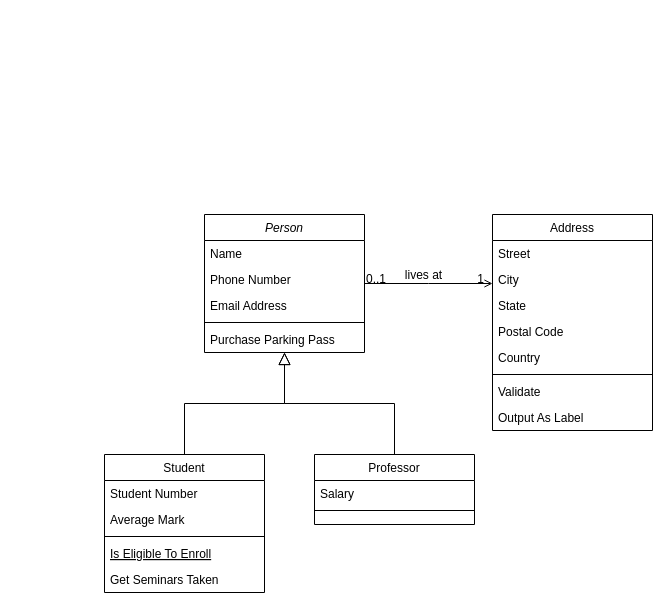
Earlier version of the draw.io diagram Untitled Diagram.drawio (istamendil/istamendil-kfu-programming-java1). Source tidied: cells renumbered, new cells numbered last; positions are measured from the earlier drawing's top-left corner, leaving out a move shared by most shapes. Both pictures are drawn from the tidied source at 100%, with x=0, y=0 at pixel (104, 214).
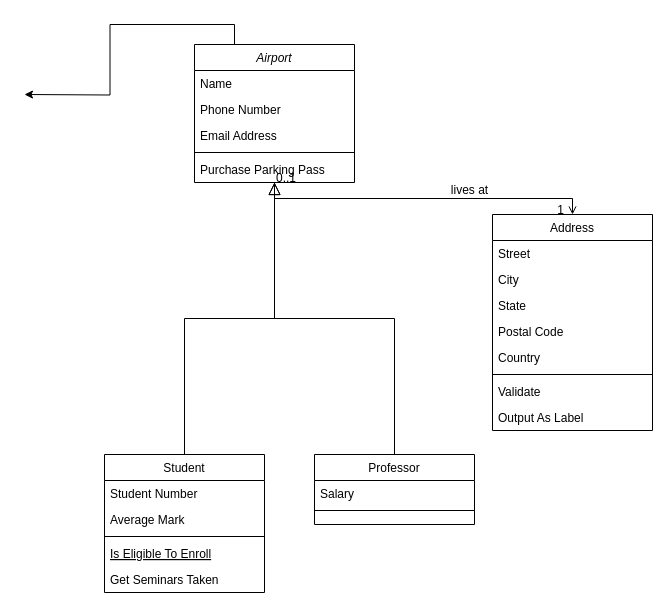
The same diagram, later.

Change to the diagram source:
```diff
@@
+    <mxCell id="32" style="edgeStyle=orthogonalEdgeStyle;rounded=0;jettySize=auto;html=1;exitX=0.25;exitY=0;exitDx=0;exitDy=0;" parent="1" edge="1" source="2">
+      <mxGeometry relative="1" as="geometry">
+        <mxPoint x="-80" y="-120" as="targetPoint" />
+      </mxGeometry>
+    </mxCell>
-    <mxCell id="2" value="Person" style="swimlane;fontStyle=2;align=center;verticalAlign=top;horizontal=1;startSize=26;rounded=0;shadow=0;strokeWidth=1;" parent="1" vertex="1">
-      <mxGeometry x="100" width="160" height="138" as="geometry" />
+    <mxCell id="2" value="Airport" style="swimlane;fontStyle=2;align=center;verticalAlign=top;horizontal=1;startSize=26;rounded=0;shadow=0;strokeWidth=1;" parent="1" vertex="1">
+      <mxGeometry x="90" y="-170" width="160" height="138" as="geometry" />
     </mxCell>
```
